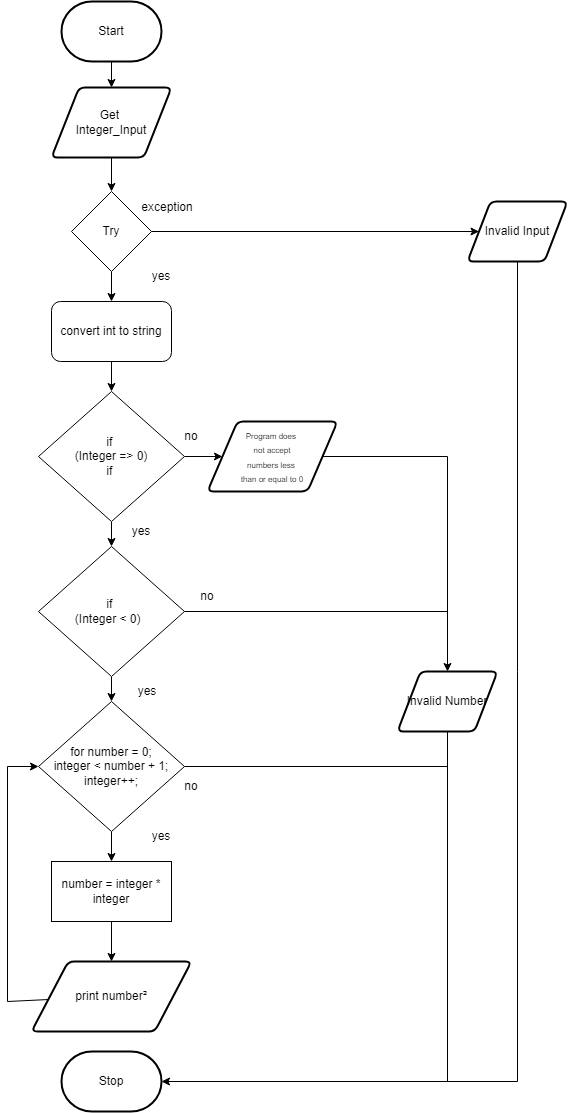
This is FlowChart.png from JacksonNaufal/ICS3U-Unit4-03-Python, a draw.io export, as it was before one commit. Source tidied: cells renumbered, new cells last; positions are measured from the earlier drawing's top-left corner, leaving out a move shared by most shapes.
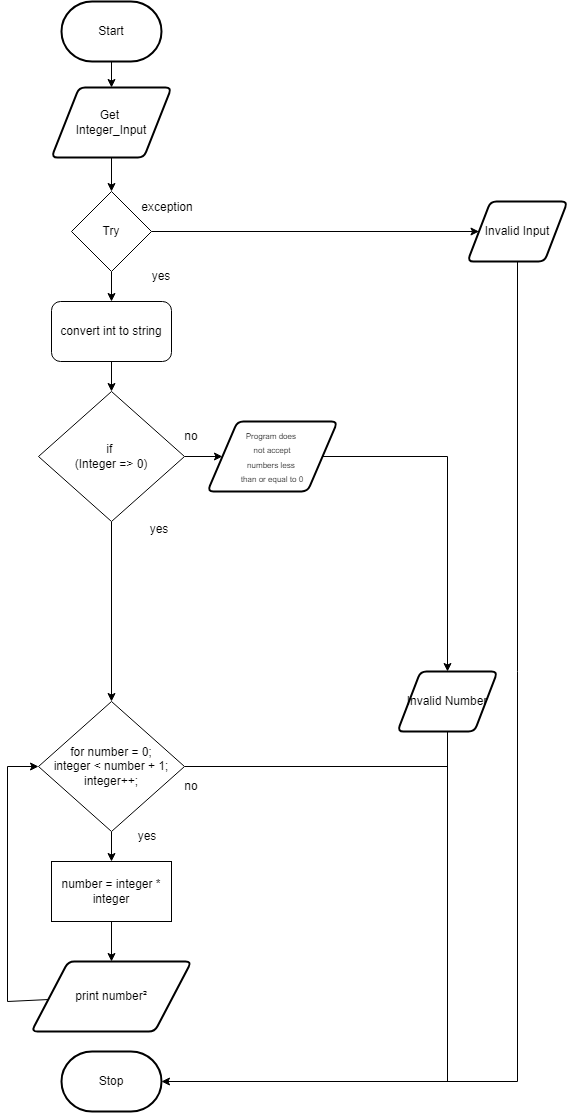
Later version of the same file.

Change to the diagram source:
```diff
@@ -36,13 +36,13 @@
     <mxCell id="11" value="Get &lt;br&gt;Integer_Input" style="shape=parallelogram;html=1;strokeWidth=2;perimeter=parallelogramPerimeter;whiteSpace=wrap;rounded=1;arcSize=12;size=0.23;" parent="1" vertex="1">
       <mxGeometry x="44" y="86" width="120" height="70" as="geometry" />
     </mxCell>
-    <mxCell id="12" style="edgeStyle=none;html=1;" parent="1" edge="1" source="14" target="26">
-      <mxGeometry relative="1" as="geometry" />
-    </mxCell>
     <mxCell id="13" style="edgeStyle=none;html=1;entryX=0;entryY=0.5;entryDx=0;entryDy=0;" parent="1" edge="1" source="14" target="28">
       <mxGeometry relative="1" as="geometry" />
     </mxCell>
+    <mxCell id="39" style="edgeStyle=none;rounded=0;html=1;entryX=0.5;entryY=0;entryDx=0;entryDy=0;endArrow=classic;endFill=1;" parent="1" edge="1" source="14" target="17">
+      <mxGeometry relative="1" as="geometry" />
+    </mxCell>
-    <mxCell id="14" value="if&amp;nbsp;&lt;br&gt;(Integer =&amp;gt; 0)&lt;br&gt;if&amp;nbsp;" style="rhombus;whiteSpace=wrap;html=1;" parent="1" vertex="1">
+    <mxCell id="14" value="if&amp;nbsp;&lt;br&gt;(Integer =&amp;gt; 0)" style="rhombus;whiteSpace=wrap;html=1;" parent="1" vertex="1">
       <mxGeometry x="31" y="390" width="146" height="130" as="geometry" />
     </mxCell>
     <mxCell id="15" style="edgeStyle=none;rounded=0;html=1;endArrow=classic;endFill=1;" parent="1" edge="1" source="17" target="21">
@@ -81,17 +81,6 @@
     <mxCell id="23" value="convert int to string" style="rounded=1;whiteSpace=wrap;html=1;" parent="1" vertex="1">
       <mxGeometry x="44" y="300" width="120" height="60" as="geometry" />
     </mxCell>
-    <mxCell id="24" style="edgeStyle=none;html=1;" parent="1" edge="1" source="26" target="17">
-      <mxGeometry relative="1" as="geometry" />
-    </mxCell>
-    <mxCell id="25" style="edgeStyle=none;html=1;endArrow=none;endFill=0;" parent="1" edge="1" source="26">
-      <mxGeometry relative="1" as="geometry">
-        <mxPoint x="440" y="610" as="targetPoint" />
-      </mxGeometry>
-    </mxCell>
-    <mxCell id="26" value="if&amp;nbsp;&lt;br&gt;(Integer &amp;lt; 0)&amp;nbsp;&amp;nbsp;" style="rhombus;whiteSpace=wrap;html=1;" parent="1" vertex="1">
-      <mxGeometry x="31" y="545" width="146" height="130" as="geometry" />
-    </mxCell>
     <mxCell id="27" style="edgeStyle=none;rounded=0;html=1;endArrow=classic;endFill=1;entryX=0.5;entryY=0;entryDx=0;entryDy=0;exitX=1;exitY=0.5;exitDx=0;exitDy=0;" parent="1" edge="1" source="28" target="38">
       <mxGeometry relative="1" as="geometry">
         <Array as="points">
@@ -109,10 +98,10 @@
       <mxGeometry x="124" y="260" width="60" height="30" as="geometry" />
     </mxCell>
     <mxCell id="31" value="&lt;font style=&quot;font-size: 12px&quot;&gt;yes&lt;/font&gt;" style="text;html=1;strokeColor=none;fillColor=none;align=center;verticalAlign=middle;whiteSpace=wrap;rounded=0;fontSize=8;" parent="1" vertex="1">
-      <mxGeometry x="104" y="515" width="60" height="30" as="geometry" />
+      <mxGeometry x="120" y="510" width="64" height="35" as="geometry" />
     </mxCell>
     <mxCell id="32" value="&lt;font style=&quot;font-size: 12px&quot;&gt;yes&lt;/font&gt;" style="text;html=1;strokeColor=none;fillColor=none;align=center;verticalAlign=middle;whiteSpace=wrap;rounded=0;fontSize=8;" parent="1" vertex="1">
-      <mxGeometry x="124" y="820" width="60" height="30" as="geometry" />
+      <mxGeometry x="110" y="820" width="60" height="30" as="geometry" />
     </mxCell>
     <mxCell id="33" value="&lt;font style=&quot;font-size: 12px&quot;&gt;no&lt;/font&gt;" style="text;html=1;strokeColor=none;fillColor=none;align=center;verticalAlign=middle;whiteSpace=wrap;rounded=0;fontSize=8;" parent="1" vertex="1">
       <mxGeometry x="154" y="420" width="60" height="30" as="geometry" />
@@ -120,12 +109,6 @@
     <mxCell id="34" value="&lt;font style=&quot;font-size: 12px&quot;&gt;no&lt;/font&gt;" style="text;html=1;strokeColor=none;fillColor=none;align=center;verticalAlign=middle;whiteSpace=wrap;rounded=0;fontSize=8;" parent="1" vertex="1">
       <mxGeometry x="154" y="770" width="60" height="30" as="geometry" />
     </mxCell>
-    <mxCell id="35" value="&lt;font style=&quot;font-size: 12px&quot;&gt;yes&lt;/font&gt;" style="text;html=1;strokeColor=none;fillColor=none;align=center;verticalAlign=middle;whiteSpace=wrap;rounded=0;fontSize=8;" parent="1" vertex="1">
-      <mxGeometry x="110" y="675" width="60" height="30" as="geometry" />
-    </mxCell>
-    <mxCell id="36" value="&lt;font style=&quot;font-size: 12px&quot;&gt;no&lt;/font&gt;" style="text;html=1;strokeColor=none;fillColor=none;align=center;verticalAlign=middle;whiteSpace=wrap;rounded=0;fontSize=8;" parent="1" vertex="1">
-      <mxGeometry x="170" y="580" width="60" height="30" as="geometry" />
-    </mxCell>
     <mxCell id="37" style="edgeStyle=none;rounded=0;html=1;endArrow=none;endFill=0;" parent="1" edge="1" source="38">
       <mxGeometry relative="1" as="geometry">
         <mxPoint x="440" y="1080" as="targetPoint" />
```
